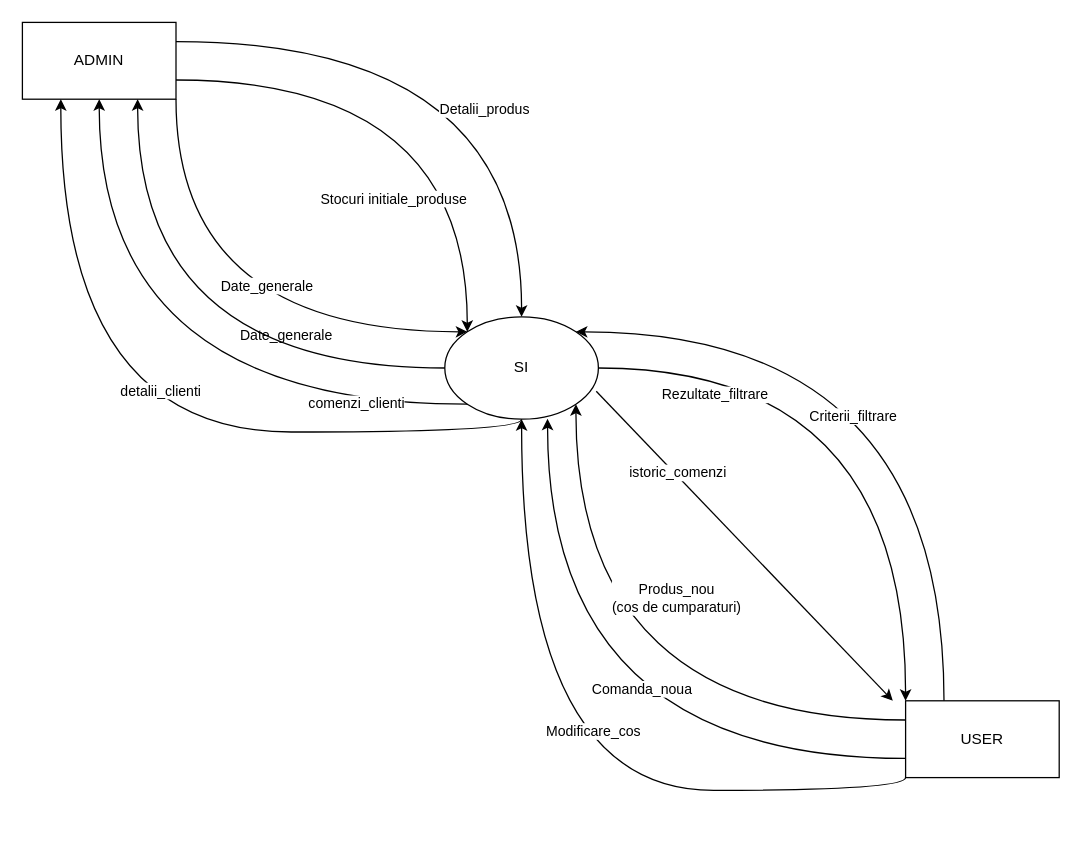
Above: Context_diagram lvl0.drawio in sergiusergiu1234/licenta (draw.io), before the change. Source tidied: cells renumbered, new cells numbered last; positions are measured from the earlier drawing's top-left corner, leaving out a move shared by most shapes. Both pictures are drawn from the tidied source at 128%, with x=0, y=0 at pixel (22, 22).
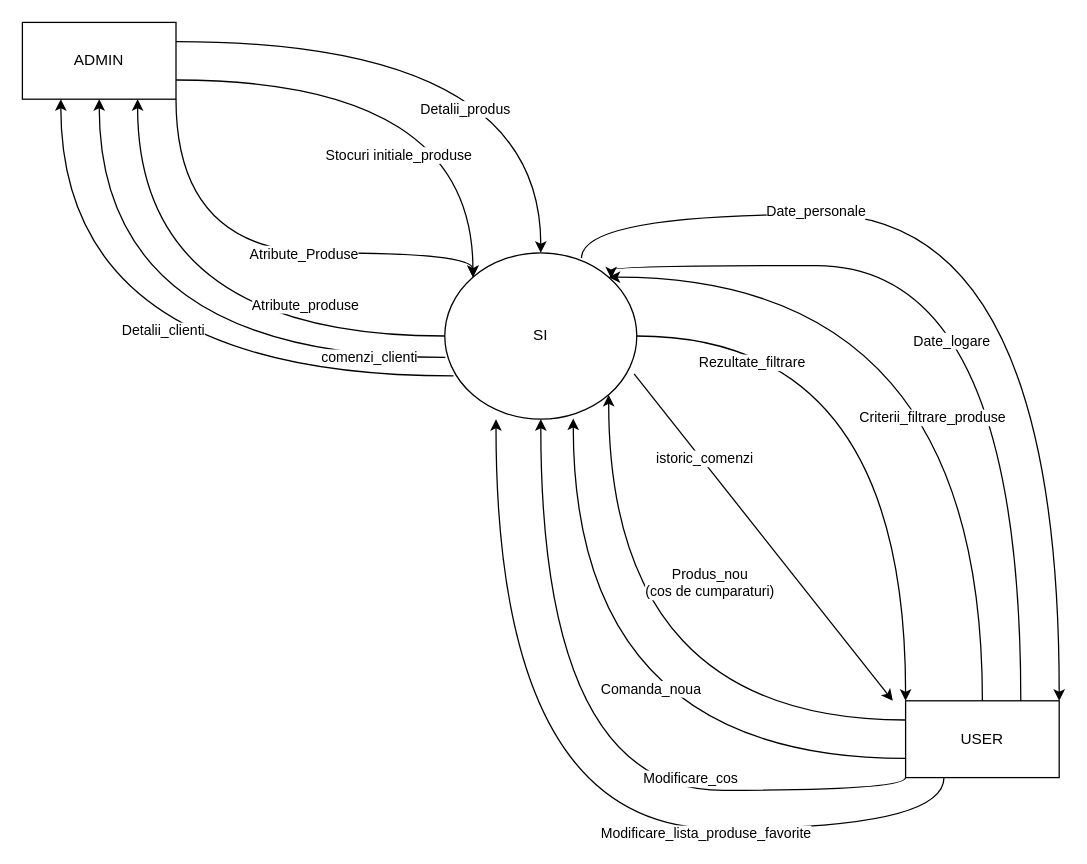
After the change.

Unchanged cells that the change refers to:
```xml
<mxCell id="2" value="ADMIN" style="rounded=0;whiteSpace=wrap;html=1;" parent="1" vertex="1">
  <mxGeometry width="120" height="60" as="geometry" />
</mxCell>
<mxCell id="3" value="USER" style="rounded=0;whiteSpace=wrap;html=1;" parent="1" vertex="1">
  <mxGeometry x="690" y="530" width="120" height="60" as="geometry" />
</mxCell>
<mxCell id="9" style="endArrow=classic;html=1;rounded=0;exitX=0;exitY=0.5;exitDx=0;exitDy=0;entryX=0.75;entryY=1;entryDx=0;entryDy=0;edgeStyle=orthogonalEdgeStyle;curved=1;" parent="1" edge="1" source="4" target="2">
  <mxGeometry relative="1" as="geometry" />
</mxCell>
<mxCell id="25" style="endArrow=classic;html=1;rounded=0;curved=1;exitX=0;exitY=1;exitDx=0;exitDy=0;edgeStyle=orthogonalEdgeStyle;entryX=0.5;entryY=1;entryDx=0;entryDy=0;" parent="1" edge="1" source="3" target="4">
  <mxGeometry relative="1" as="geometry" />
</mxCell>
```

Diff of the diagram source:
```diff
@@
     <mxCell id="4" value="SI" style="ellipse;whiteSpace=wrap;html=1;" parent="1" vertex="1">
-      <mxGeometry x="330" y="230" width="120" height="80" as="geometry" />
+      <mxGeometry x="330" y="180" width="150" height="130" as="geometry" />
     </mxCell>
     <mxCell id="5" style="endArrow=classic;html=1;rounded=0;entryX=0;entryY=0;entryDx=0;entryDy=0;exitX=1;exitY=1;exitDx=0;exitDy=0;edgeStyle=orthogonalEdgeStyle;curved=1;" parent="1" edge="1" source="2" target="4">
       <mxGeometry relative="1" as="geometry">
         <Array as="points">
-          <mxPoint x="120" y="242" />
+          <mxPoint x="120" y="180" />
+          <mxPoint x="352" y="180" />
         </Array>
       </mxGeometry>
     </mxCell>
-    <mxCell id="6" value="Date_generale" style="edgeLabel;html=1;align=center;verticalAlign=middle;" parent="5" vertex="1">
-      <mxGeometry x="0.1" y="-2" relative="1" as="geometry">
-        <mxPoint x="42" y="1" as="offset" />
-      </mxGeometry>
-    </mxCell>
@@
-    <mxCell id="10" value="Date_generale" style="edgeLabel;html=1;align=center;verticalAlign=middle;" parent="9" vertex="1">
+    <mxCell id="10" value="Atribute_Produse" style="edgeLabel;html=1;align=center;verticalAlign=middle;" parent="9" vertex="1">
       <mxGeometry x="0.1" y="1" relative="1" as="geometry">
-        <mxPoint x="101" y="-57" as="offset" />
+        <mxPoint x="123" y="-66" as="offset" />
       </mxGeometry>
     </mxCell>
+    <mxCell id="29" value="Atribute_produse" style="edgeLabel;html=1;align=center;verticalAlign=middle;" parent="9" vertex="1">
+      <mxGeometry x="-0.33" y="-32" relative="1" as="geometry">
+        <mxPoint x="32" y="7" as="offset" />
+      </mxGeometry>
+    </mxCell>
@@
-    <mxCell id="13" style="endArrow=classic;html=1;rounded=0;exitX=0;exitY=1;exitDx=0;exitDy=0;entryX=0.5;entryY=1;entryDx=0;entryDy=0;edgeStyle=orthogonalEdgeStyle;curved=1;" parent="1" edge="1" source="4" target="2">
+    <mxCell id="13" style="endArrow=classic;html=1;rounded=0;exitX=0.003;exitY=0.629;exitDx=0;exitDy=0;entryX=0.5;entryY=1;entryDx=0;entryDy=0;edgeStyle=orthogonalEdgeStyle;curved=1;exitPerimeter=0;" parent="1" edge="1" source="4" target="2">
       <mxGeometry relative="1" as="geometry" />
     </mxCell>
     <mxCell id="14" value="comenzi_clienti" style="edgeLabel;html=1;align=center;verticalAlign=middle;" parent="13" vertex="1">
       <mxGeometry x="0.38" y="-50" relative="1" as="geometry">
-        <mxPoint x="150" y="75" as="offset" />
+        <mxPoint x="160" y="55" as="offset" />
       </mxGeometry>
     </mxCell>
-    <mxCell id="15" style="endArrow=classic;html=1;rounded=0;curved=1;exitX=0.5;exitY=1;exitDx=0;exitDy=0;entryX=0.25;entryY=1;entryDx=0;entryDy=0;edgeStyle=orthogonalEdgeStyle;" parent="1" edge="1" source="4" target="2">
-      <mxGeometry relative="1" as="geometry" />
-    </mxCell>
-    <mxCell id="16" value="detalii_clienti" style="edgeLabel;html=1;align=center;verticalAlign=middle;" parent="15" vertex="1">
-      <mxGeometry x="-0.07" y="-33" relative="1" as="geometry" />
-    </mxCell>
-    <mxCell id="17" style="endArrow=classic;html=1;rounded=0;curved=1;exitX=0.25;exitY=0;exitDx=0;exitDy=0;entryX=1;entryY=0;entryDx=0;entryDy=0;edgeStyle=orthogonalEdgeStyle;" parent="1" edge="1" source="3" target="4">
-      <mxGeometry relative="1" as="geometry">
-        <Array as="points">
-          <mxPoint x="720" y="242" />
-        </Array>
-      </mxGeometry>
-    </mxCell>
-    <mxCell id="18" value="Criterii_filtrare" style="edgeLabel;html=1;align=center;verticalAlign=middle;" parent="17" vertex="1">
-      <mxGeometry x="0.25" y="66" relative="1" as="geometry" />
-    </mxCell>
@@
     <mxCell id="26" value="Modificare_cos" style="edgeLabel;html=1;align=center;verticalAlign=middle;" parent="25" vertex="1">
-      <mxGeometry x="-0.15" y="-47" relative="1" as="geometry" />
+      <mxGeometry x="-0.15" y="-47" relative="1" as="geometry">
+        <mxPoint x="70" y="37" as="offset" />
+      </mxGeometry>
     </mxCell>
@@
+    <mxCell id="30" style="endArrow=classic;html=1;rounded=0;curved=1;exitX=0.75;exitY=0;exitDx=0;exitDy=0;edgeStyle=orthogonalEdgeStyle;" parent="1" edge="1" source="3">
+      <mxGeometry relative="1" as="geometry">
+        <mxPoint x="460" y="200" as="targetPoint" />
+        <Array as="points">
+          <mxPoint x="780" y="190" />
+          <mxPoint x="460" y="190" />
+        </Array>
+      </mxGeometry>
+    </mxCell>
+    <mxCell id="31" value="Date_logare" style="edgeLabel;html=1;align=center;verticalAlign=middle;" parent="30" vertex="1">
+      <mxGeometry x="0.18" y="58" relative="1" as="geometry" />
+    </mxCell>
+    <mxCell id="17" style="endArrow=classic;html=1;rounded=0;curved=1;exitX=0.5;exitY=0;exitDx=0;exitDy=0;entryX=1;entryY=0;entryDx=0;entryDy=0;edgeStyle=orthogonalEdgeStyle;" parent="1" edge="1" source="3" target="4">
+      <mxGeometry relative="1" as="geometry">
+        <Array as="points">
+          <mxPoint x="750" y="199" />
+        </Array>
+      </mxGeometry>
+    </mxCell>
+    <mxCell id="32" value="Criterii_filtrare_produse" style="edgeLabel;html=1;align=center;verticalAlign=middle;" parent="17" vertex="1">
+      <mxGeometry x="-0.43" y="26" relative="1" as="geometry">
+        <mxPoint x="-14" y="-44" as="offset" />
+      </mxGeometry>
+    </mxCell>
+    <mxCell id="15" style="endArrow=classic;html=1;rounded=0;curved=1;exitX=0.045;exitY=0.74;exitDx=0;exitDy=0;exitPerimeter=0;entryX=0.25;entryY=1;entryDx=0;entryDy=0;edgeStyle=orthogonalEdgeStyle;" parent="1" edge="1" source="4" target="2">
+      <mxGeometry relative="1" as="geometry" />
+    </mxCell>
+    <mxCell id="33" value="Detalii_clienti" style="edgeLabel;html=1;align=center;verticalAlign=middle;" parent="15" vertex="1">
+      <mxGeometry x="-0.13" y="-50" relative="1" as="geometry">
+        <mxPoint y="14" as="offset" />
+      </mxGeometry>
+    </mxCell>
+    <mxCell id="34" style="endArrow=classic;html=1;rounded=0;curved=1;exitX=0.712;exitY=0.032;exitDx=0;exitDy=0;exitPerimeter=0;entryX=1;entryY=0;entryDx=0;entryDy=0;edgeStyle=orthogonalEdgeStyle;" parent="1" edge="1" source="4" target="3">
+      <mxGeometry relative="1" as="geometry">
+        <Array as="points">
+          <mxPoint x="437" y="150" />
+          <mxPoint x="810" y="150" />
+        </Array>
+      </mxGeometry>
+    </mxCell>
+    <mxCell id="35" value="Date_personale" style="edgeLabel;html=1;align=center;verticalAlign=middle;" parent="34" vertex="1">
+      <mxGeometry x="-0.4" y="3" relative="1" as="geometry">
+        <mxPoint x="-19" as="offset" />
+      </mxGeometry>
+    </mxCell>
+    <mxCell id="36" style="endArrow=classic;html=1;rounded=0;curved=1;exitX=0.25;exitY=1;exitDx=0;exitDy=0;edgeStyle=orthogonalEdgeStyle;" parent="1" edge="1" source="3">
+      <mxGeometry relative="1" as="geometry">
+        <mxPoint x="370" y="310" as="targetPoint" />
+        <Array as="points">
+          <mxPoint x="720" y="630" />
+          <mxPoint x="370" y="630" />
+        </Array>
+      </mxGeometry>
+    </mxCell>
+    <mxCell id="37" value="Modificare_lista_produse_favorite" style="edgeLabel;html=1;align=center;verticalAlign=middle;" parent="36" vertex="1">
+      <mxGeometry x="-0.36" y="3" relative="1" as="geometry" />
+    </mxCell>
```
